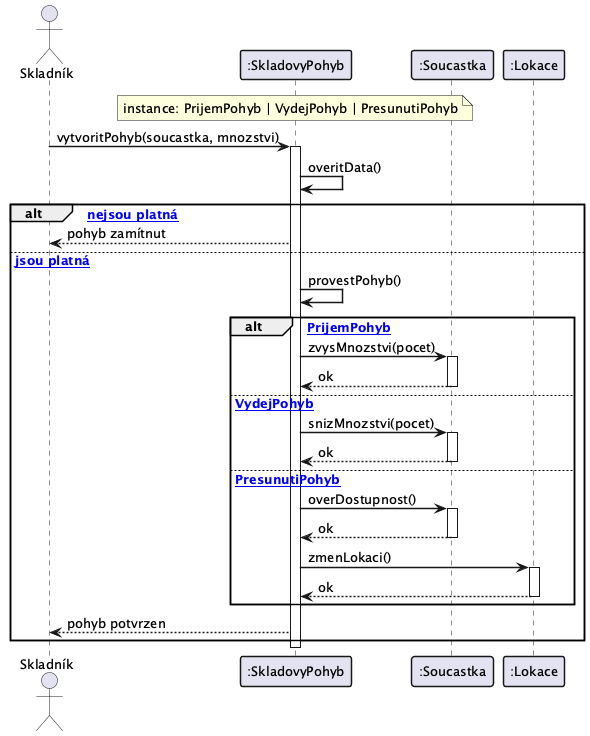
Above: docs/images/13_sequence_pohyb.png in lkvapil/kOdevzdaniProjektWMS (PlantUML), before the change. Source of this version:
```plantuml
@startuml
skinparam defaultFontSize 13
skinparam sequenceArrowThickness 1.5
skinparam sequenceParticipantBorderThickness 1.5
skinparam sequenceGroupBorderThickness 1.5

actor "Skladník" as Uzivatel
participant ":SkladovyPohyb" as Pohyb
note over Pohyb : instance: PrijemPohyb | VydejPohyb | PresunutiPohyb
participant ":Soucastka" as Soucastka
participant ":Lokace" as Lokace

Uzivatel -> Pohyb : vytvoritPohyb(soucastka, mnozstvi)
activate Pohyb

Pohyb -> Pohyb : overitData()

alt [data nejsou platná]
    Pohyb --> Uzivatel : pohyb zamítnut

else [data jsou platná]
    Pohyb -> Pohyb : provestPohyb()

    alt [PrijemPohyb]
        Pohyb -> Soucastka : zvysMnozstvi(pocet)
        activate Soucastka
        Soucastka --> Pohyb : ok
        deactivate Soucastka

    else [VydejPohyb]
        Pohyb -> Soucastka : snizMnozstvi(pocet)
        activate Soucastka
        Soucastka --> Pohyb : ok
        deactivate Soucastka

    else [PresunutiPohyb]
        Pohyb -> Soucastka : overDostupnost()
        activate Soucastka
        Soucastka --> Pohyb : ok
        deactivate Soucastka
        Pohyb -> Lokace : zmenLokaci()
        activate Lokace
        Lokace --> Pohyb : ok
        deactivate Lokace
    end

    Pohyb --> Uzivatel : pohyb potvrzen
end

deactivate Pohyb

@enduml
```
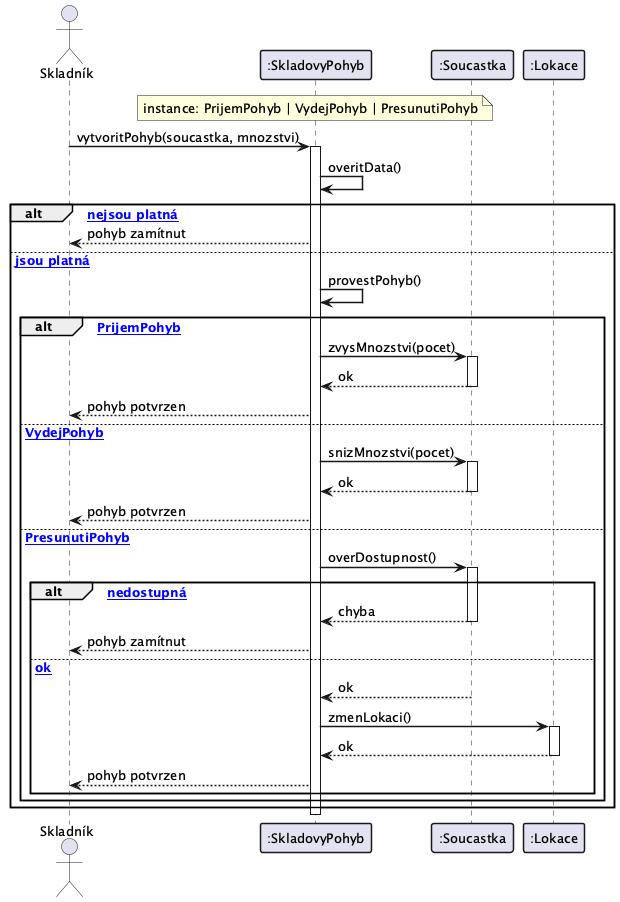
After the commit.

Diff of the diagram source:
```diff
@@ -26,25 +26,32 @@
         activate Soucastka
         Soucastka --> Pohyb : ok
         deactivate Soucastka
+        Pohyb --> Uzivatel : pohyb potvrzen
 
     else [VydejPohyb]
         Pohyb -> Soucastka : snizMnozstvi(pocet)
         activate Soucastka
         Soucastka --> Pohyb : ok
         deactivate Soucastka
+        Pohyb --> Uzivatel : pohyb potvrzen
 
     else [PresunutiPohyb]
         Pohyb -> Soucastka : overDostupnost()
         activate Soucastka
-        Soucastka --> Pohyb : ok
-        deactivate Soucastka
-        Pohyb -> Lokace : zmenLokaci()
-        activate Lokace
-        Lokace --> Pohyb : ok
-        deactivate Lokace
+        alt [součástka nedostupná]
+            Soucastka --> Pohyb : chyba
+            deactivate Soucastka
+            Pohyb --> Uzivatel : pohyb zamítnut
+        else [ok]
+            Soucastka --> Pohyb : ok
+            deactivate Soucastka
+            Pohyb -> Lokace : zmenLokaci()
+            activate Lokace
+            Lokace --> Pohyb : ok
+            deactivate Lokace
+            Pohyb --> Uzivatel : pohyb potvrzen
+        end
     end
-
-    Pohyb --> Uzivatel : pohyb potvrzen
 end
 
 deactivate Pohyb
```
